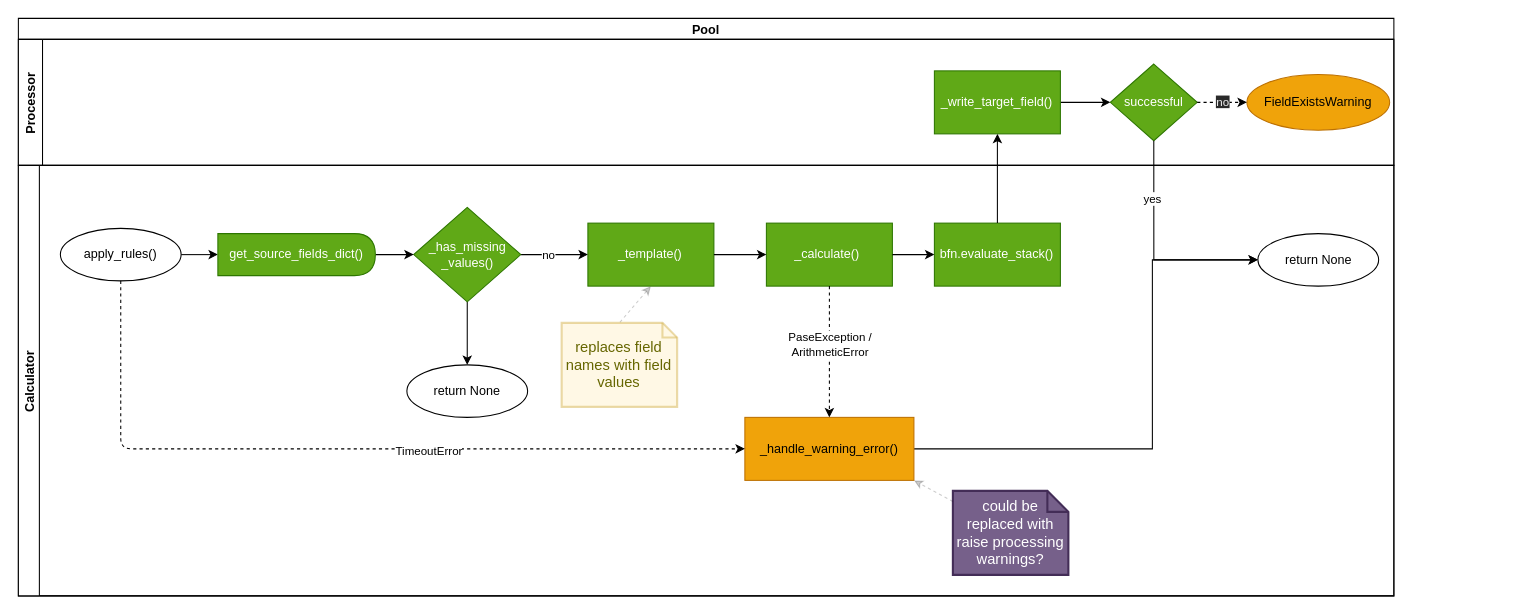
This is page "Calculator" (3 of 10) of doc/source/development/architecture/diagramms/process.drawio from fkie-cad/Logprep, a draw.io file, before an edit. Source tidied: cells renumbered, new cells numbered last; positions are measured from the earlier drawing's top-left corner, leaving out a move shared by most shapes. Both pictures are drawn from the tidied source at 105%, with x=0, y=0 at pixel (18, 18).
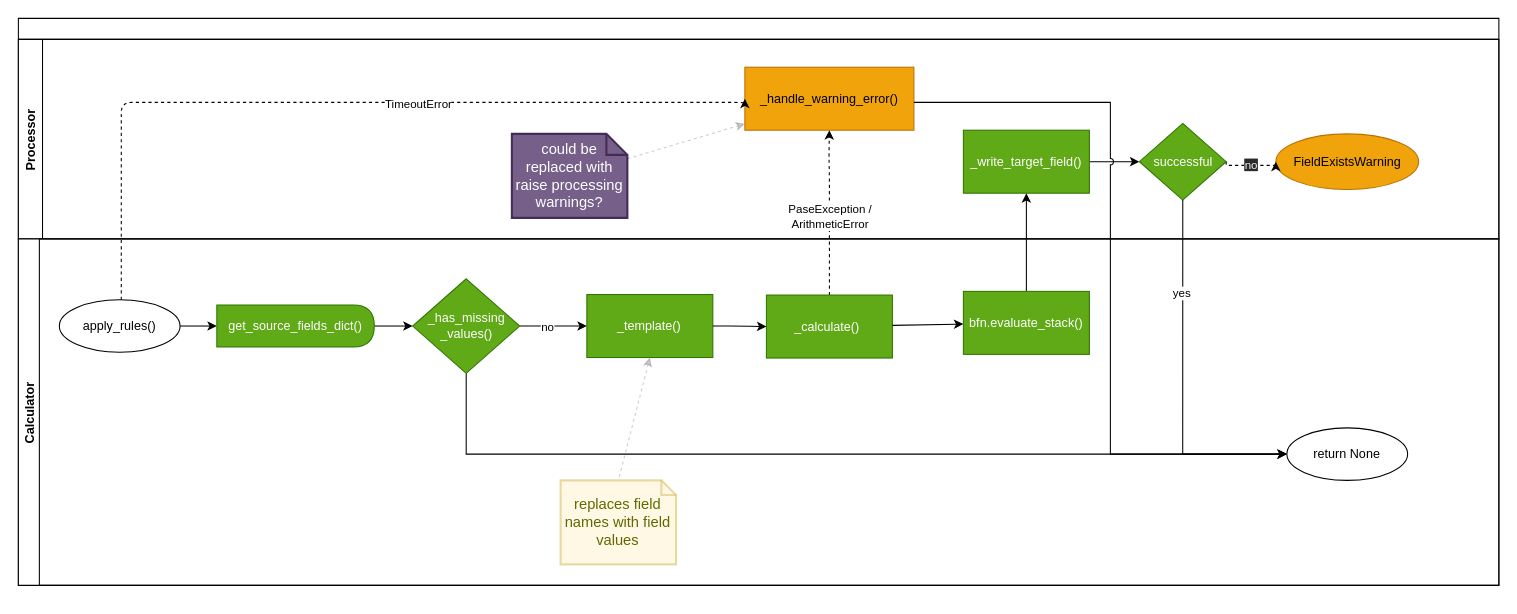
After the change.

Commit message (it also covers changes not shown here):
update drawio diagram and remove unnecessary error

Diff of the diagram source:
```diff
@@
-    <mxCell id="2" value="Pool" style="swimlane;horizontal=1;startSize=20;" parent="1" vertex="1">
-      <mxGeometry width="1310" height="550" as="geometry" />
+    <mxCell id="2" style="swimlane;horizontal=1;startSize=20;" parent="1" vertex="1">
+      <mxGeometry width="1410" height="540" as="geometry" />
     </mxCell>
     <mxCell id="3" value="Processor" style="swimlane;horizontal=0;" parent="2" vertex="1">
-      <mxGeometry y="20" width="1310" height="120" as="geometry" />
+      <mxGeometry y="20" width="1410" height="190" as="geometry" />
     </mxCell>
@@
     <mxCell id="5" value="_write_target_field()" style="whiteSpace=wrap;html=1;rounded=1;fillColor=#60a917;fontColor=#ffffff;strokeColor=#2D7600;arcSize=0;" parent="3" vertex="1">
-      <mxGeometry x="872.4" y="30" width="120" height="60" as="geometry" />
+      <mxGeometry x="900" y="86.5" width="120" height="60" as="geometry" />
     </mxCell>
     <mxCell id="6" value="successful" style="rhombus;whiteSpace=wrap;html=1;fillColor=#60a917;fontColor=#ffffff;strokeColor=#2D7600;" parent="3" vertex="1">
-      <mxGeometry x="1040" y="23.5" width="82.7" height="73" as="geometry" />
+      <mxGeometry x="1067.6" y="80" width="82.7" height="73" as="geometry" />
     </mxCell>
     <mxCell id="7" value="FieldExistsWarning" style="ellipse;whiteSpace=wrap;html=1;fillColor=#f0a30a;fontColor=#000000;strokeColor=#BD7000;" parent="3" vertex="1">
-      <mxGeometry x="1170" y="33.5" width="136" height="53" as="geometry" />
+      <mxGeometry x="1197.6" y="90" width="136" height="53" as="geometry" />
     </mxCell>
     <mxCell id="8" value="&lt;span style=&quot;color: rgb(240, 240, 240); font-family: Helvetica; font-size: 11px; font-style: normal; font-variant-ligatures: normal; font-variant-caps: normal; font-weight: 400; letter-spacing: normal; orphans: 2; text-align: center; text-indent: 0px; text-transform: none; widows: 2; word-spacing: 0px; -webkit-text-stroke-width: 0px; background-color: rgb(42, 42, 42); text-decoration-thickness: initial; text-decoration-style: initial; text-decoration-color: initial; float: none; display: inline !important;&quot;&gt;no&lt;/span&gt;" style="edgeStyle=orthogonalEdgeStyle;rounded=0;jettySize=auto;html=1;dashed=1;exitX=1;exitY=0.5;exitDx=0;exitDy=0;entryX=0;entryY=0.5;entryDx=0;entryDy=0;" parent="3" edge="1" source="6" target="7">
       <mxGeometry relative="1" as="geometry">
         <Array as="points">
-          <mxPoint x="1150" y="60" />
-          <mxPoint x="1150" y="60" />
+          <mxPoint x="1150" y="120" />
+          <mxPoint x="1198" y="120" />
         </Array>
       </mxGeometry>
     </mxCell>
+    <mxCell id="21" value="_handle_warning_error()" style="rounded=0;whiteSpace=wrap;html=1;fillColor=#f0a30a;fontColor=#000000;strokeColor=#BD7000;" parent="3" vertex="1">
+      <mxGeometry x="691.9" y="26.5" width="161" height="60" as="geometry" />
+    </mxCell>
+    <mxCell id="27" value="could be replaced with raise processing warnings?" style="shape=note;strokeWidth=2;fontSize=14;size=20;whiteSpace=wrap;html=1;fillColor=#76608a;strokeColor=#432D57;fontColor=#ffffff;" parent="3" vertex="1">
+      <mxGeometry x="470" y="90" width="110" height="80" as="geometry" />
+    </mxCell>
+    <mxCell id="28" style="html=1;dashed=1;startArrow=none;startFill=0;endArrow=classic;endFill=1;opacity=20;" parent="3" edge="1" source="27" target="21">
+      <mxGeometry relative="1" as="geometry" />
+    </mxCell>
+    <mxCell id="29" value="yes" style="edgeStyle=orthogonalEdgeStyle;rounded=0;jettySize=auto;html=1;exitX=0.5;exitY=1;exitDx=0;exitDy=0;entryX=0;entryY=0.5;entryDx=0;entryDy=0;" parent="2" edge="1" source="6" target="26">
+      <mxGeometry x="-0.48" y="-1" relative="1" as="geometry">
+        <Array as="points">
+          <mxPoint x="1109" y="415" />
+        </Array>
+      </mxGeometry>
+    </mxCell>
+    <mxCell id="22" style="edgeStyle=orthogonalEdgeStyle;html=1;entryX=0;entryY=0.5;entryDx=0;entryDy=0;dashed=1;startArrow=none;startFill=0;endArrow=classic;endFill=1;" parent="2" edge="1" source="19" target="21">
+      <mxGeometry relative="1" as="geometry">
+        <Array as="points">
+          <mxPoint x="98" y="80" />
+          <mxPoint x="692" y="80" />
+        </Array>
+      </mxGeometry>
+    </mxCell>
+    <mxCell id="23" value="TimeoutError" style="edgeLabel;html=1;align=center;verticalAlign=middle;" parent="22" vertex="1">
+      <mxGeometry x="0.2" y="-1" relative="1" as="geometry" />
+    </mxCell>
+    <mxCell id="20" style="edgeStyle=orthogonalEdgeStyle;rounded=0;jettySize=auto;html=1;entryX=0;entryY=0.5;entryDx=0;entryDy=0;fontFamily=Helvetica;fontSize=12;fontColor=#FFFFFF;jumpStyle=arc;" parent="2" edge="1" source="21" target="26">
+      <mxGeometry relative="1" as="geometry">
+        <Array as="points">
+          <mxPoint x="1040" y="80" />
+          <mxPoint x="1040" y="415" />
+        </Array>
+      </mxGeometry>
+    </mxCell>
+    <mxCell id="33" style="edgeStyle=orthogonalEdgeStyle;html=1;startArrow=none;startFill=0;endArrow=classic;endFill=1;dashed=1;entryX=0.5;entryY=1;entryDx=0;entryDy=0;" parent="2" edge="1" source="30" target="21">
+      <mxGeometry relative="1" as="geometry">
+        <Array as="points">
+          <mxPoint x="772" y="151" />
+          <mxPoint x="772" y="151" />
+          <mxPoint x="772" y="130" />
+          <mxPoint x="772" y="130" />
+        </Array>
+      </mxGeometry>
+    </mxCell>
+    <mxCell id="34" value="PaseException /&lt;br&gt;ArithmeticError" style="edgeLabel;html=1;align=center;verticalAlign=middle;" parent="33" vertex="1">
+      <mxGeometry x="0.06" relative="1" as="geometry">
+        <mxPoint y="8" as="offset" />
+      </mxGeometry>
+    </mxCell>
+    <mxCell id="36" style="edgeStyle=orthogonalEdgeStyle;rounded=0;jettySize=auto;html=1;" parent="2" edge="1" source="35" target="5">
+      <mxGeometry relative="1" as="geometry" />
+    </mxCell>
     <mxCell id="9" value="Calculator" style="swimlane;startSize=20;horizontal=0;" parent="2" vertex="1">
-      <mxGeometry y="140" width="1310" height="410" as="geometry" />
+      <mxGeometry y="210" width="1410" height="330" as="geometry" />
     </mxCell>
@@
     <mxCell id="11" value="_template()" style="whiteSpace=wrap;html=1;rounded=0;fillColor=#60a917;fontColor=#ffffff;strokeColor=#2D7600;" parent="9" vertex="1">
-      <mxGeometry x="542.4" y="55" width="120" height="60" as="geometry" />
+      <mxGeometry x="541.4" y="53" width="120" height="60" as="geometry" />
     </mxCell>
     <mxCell id="12" style="edgeStyle=orthogonalEdgeStyle;html=1;entryX=0;entryY=0.5;entryDx=0;entryDy=0;exitX=1;exitY=0.5;exitDx=0;exitDy=0;" parent="9" edge="1" source="15" target="11">
       <mxGeometry relative="1" as="geometry">
         <Array as="points">
-          <mxPoint x="533.5" y="85" />
-          <mxPoint x="533.5" y="85" />
+          <mxPoint x="532.5" y="83" />
+          <mxPoint x="532.5" y="83" />
         </Array>
       </mxGeometry>
     </mxCell>
@@
-    <mxCell id="14" style="edgeStyle=orthogonalEdgeStyle;rounded=0;jettySize=auto;html=1;entryX=0.5;entryY=0;entryDx=0;entryDy=0;" parent="9" edge="1" source="15" target="24">
-      <mxGeometry relative="1" as="geometry" />
+    <mxCell id="14" style="edgeStyle=orthogonalEdgeStyle;rounded=0;jettySize=auto;html=1;entryX=0;entryY=0.5;entryDx=0;entryDy=0;" parent="9" edge="1" source="15" target="26">
+      <mxGeometry relative="1" as="geometry">
+        <Array as="points">
+          <mxPoint x="426" y="205" />
+        </Array>
+      </mxGeometry>
     </mxCell>
     <mxCell id="15" value="_has_missing&lt;br&gt;_values()" style="rhombus;whiteSpace=wrap;html=1;fillColor=#60a917;fontColor=#ffffff;strokeColor=#2D7600;" parent="9" vertex="1">
-      <mxGeometry x="376.5" y="40" width="102" height="90" as="geometry" />
+      <mxGeometry x="375.5" y="38" width="102" height="90" as="geometry" />
     </mxCell>
@@
     <mxCell id="17" value="replaces field names with field values" style="shape=note;strokeWidth=2;fontSize=14;size=14;whiteSpace=wrap;html=1;fillColor=#fff2cc;strokeColor=#d6b656;fontColor=#666600;opacity=50;" parent="9" vertex="1">
-      <mxGeometry x="517.4" y="150" width="110" height="80" as="geometry" />
+      <mxGeometry x="516.4" y="230" width="110" height="80" as="geometry" />
     </mxCell>
@@
     <mxCell id="19" value="apply_rules()" style="ellipse;whiteSpace=wrap;html=1;" parent="9" vertex="1">
-      <mxGeometry x="40" y="60" width="115" height="50" as="geometry" />
+      <mxGeometry x="39" y="58" width="115" height="50" as="geometry" />
     </mxCell>
-    <mxCell id="20" style="edgeStyle=orthogonalEdgeStyle;rounded=0;jettySize=auto;html=1;entryX=0;entryY=0.5;entryDx=0;entryDy=0;fontFamily=Helvetica;fontSize=12;fontColor=#FFFFFF;" parent="9" edge="1" source="21" target="26">
-      <mxGeometry relative="1" as="geometry">
-        <Array as="points">
-          <mxPoint x="1080" y="270" />
-          <mxPoint x="1080" y="90" />
-        </Array>
-      </mxGeometry>
-    </mxCell>
-    <mxCell id="21" value="_handle_warning_error()" style="rounded=0;whiteSpace=wrap;html=1;fillColor=#f0a30a;fontColor=#000000;strokeColor=#BD7000;" parent="9" vertex="1">
-      <mxGeometry x="691.9" y="240" width="161" height="60" as="geometry" />
-    </mxCell>
-    <mxCell id="22" style="edgeStyle=orthogonalEdgeStyle;html=1;entryX=0;entryY=0.5;entryDx=0;entryDy=0;dashed=1;startArrow=none;startFill=0;endArrow=classic;endFill=1;" parent="9" edge="1" source="19" target="21">
-      <mxGeometry relative="1" as="geometry">
-        <Array as="points">
-          <mxPoint x="98" y="270" />
-        </Array>
-      </mxGeometry>
-    </mxCell>
-    <mxCell id="23" value="TimeoutError" style="edgeLabel;html=1;align=center;verticalAlign=middle;" parent="22" vertex="1">
-      <mxGeometry x="0.2" y="-1" relative="1" as="geometry" />
-    </mxCell>
-    <mxCell id="24" value="return None" style="ellipse;whiteSpace=wrap;html=1;" parent="9" vertex="1">
-      <mxGeometry x="370" y="190" width="115" height="50" as="geometry" />
-    </mxCell>
     <mxCell id="25" value="get_source_fields_dict()" style="shape=delay;whiteSpace=wrap;html=1;labelBackgroundColor=none;fontFamily=Helvetica;fontSize=12;fontColor=#ffffff;fillColor=#60a917;strokeColor=#2D7600;" parent="9" vertex="1">
-      <mxGeometry x="190" y="65" width="150" height="40" as="geometry" />
+      <mxGeometry x="189" y="63" width="150" height="40" as="geometry" />
     </mxCell>
     <mxCell id="26" value="return None" style="ellipse;whiteSpace=wrap;html=1;" parent="9" vertex="1">
-      <mxGeometry x="1180.5" y="65" width="115" height="50" as="geometry" />
+      <mxGeometry x="1208.1" y="180" width="115" height="50" as="geometry" />
     </mxCell>
-    <mxCell id="27" value="could be replaced with raise processing warnings?" style="shape=note;strokeWidth=2;fontSize=14;size=20;whiteSpace=wrap;html=1;fillColor=#76608a;strokeColor=#432D57;fontColor=#ffffff;" parent="9" vertex="1">
-      <mxGeometry x="890" y="310" width="110" height="80" as="geometry" />
-    </mxCell>
-    <mxCell id="28" style="html=1;entryX=1;entryY=1;entryDx=0;entryDy=0;dashed=1;startArrow=none;startFill=0;endArrow=classic;endFill=1;opacity=20;" parent="9" edge="1" source="27" target="21">
-      <mxGeometry relative="1" as="geometry" />
-    </mxCell>
-    <mxCell id="29" value="yes" style="edgeStyle=orthogonalEdgeStyle;rounded=0;jettySize=auto;html=1;exitX=0.5;exitY=1;exitDx=0;exitDy=0;entryX=0;entryY=0.5;entryDx=0;entryDy=0;" parent="2" edge="1" source="6" target="26">
-      <mxGeometry x="-0.48" y="-1" relative="1" as="geometry">
-        <Array as="points">
-          <mxPoint x="1081" y="230" />
-          <mxPoint x="1142" y="230" />
-        </Array>
-      </mxGeometry>
-    </mxCell>
-    <mxCell id="30" value="_calculate()&amp;nbsp;" style="whiteSpace=wrap;html=1;rounded=0;fillColor=#60a917;fontColor=#ffffff;strokeColor=#2D7600;" parent="1" vertex="1">
-      <mxGeometry x="712.4" y="195" width="120" height="60" as="geometry" />
+    <mxCell id="30" value="_calculate()&amp;nbsp;" style="whiteSpace=wrap;html=1;rounded=0;fillColor=#60a917;fontColor=#ffffff;strokeColor=#2D7600;" parent="9" vertex="1">
+      <mxGeometry x="712.4" y="53.5" width="120" height="60" as="geometry" />
     </mxCell>
-    <mxCell id="31" style="edgeStyle=orthogonalEdgeStyle;html=1;entryX=0;entryY=0.5;entryDx=0;entryDy=0;" parent="1" edge="1" source="11" target="30">
+    <mxCell id="31" style="edgeStyle=orthogonalEdgeStyle;html=1;entryX=0;entryY=0.5;entryDx=0;entryDy=0;" parent="9" edge="1" source="11" target="30">
       <mxGeometry relative="1" as="geometry" />
     </mxCell>
-    <mxCell id="32" style="edgeStyle=none;html=1;" parent="1" edge="1" source="30" target="35">
+    <mxCell id="32" style="edgeStyle=none;html=1;" parent="9" edge="1" source="30" target="35">
       <mxGeometry relative="1" as="geometry" />
     </mxCell>
-    <mxCell id="33" style="edgeStyle=orthogonalEdgeStyle;html=1;entryX=0.5;entryY=0;entryDx=0;entryDy=0;startArrow=none;startFill=0;endArrow=classic;endFill=1;dashed=1;" parent="1" edge="1" source="30" target="21">
-      <mxGeometry relative="1" as="geometry" />
-    </mxCell>
-    <mxCell id="34" value="PaseException /&lt;br&gt;ArithmeticError" style="edgeLabel;html=1;align=center;verticalAlign=middle;" parent="33" vertex="1">
-      <mxGeometry x="0.06" relative="1" as="geometry">
-        <mxPoint y="-11" as="offset" />
-      </mxGeometry>
-    </mxCell>
-    <mxCell id="35" value="bfn.evaluate_stack()" style="rounded=0;whiteSpace=wrap;html=1;fillColor=#60a917;fontColor=#ffffff;strokeColor=#2D7600;" parent="1" vertex="1">
-      <mxGeometry x="872.4" y="195" width="120" height="60" as="geometry" />
+    <mxCell id="35" value="bfn.evaluate_stack()" style="rounded=0;whiteSpace=wrap;html=1;fillColor=#60a917;fontColor=#ffffff;strokeColor=#2D7600;" parent="9" vertex="1">
+      <mxGeometry x="900" y="50" width="120" height="60" as="geometry" />
     </mxCell>
-    <mxCell id="36" style="edgeStyle=orthogonalEdgeStyle;rounded=0;jettySize=auto;html=1;" parent="1" edge="1" source="35" target="5">
-      <mxGeometry relative="1" as="geometry" />
-    </mxCell>
```
